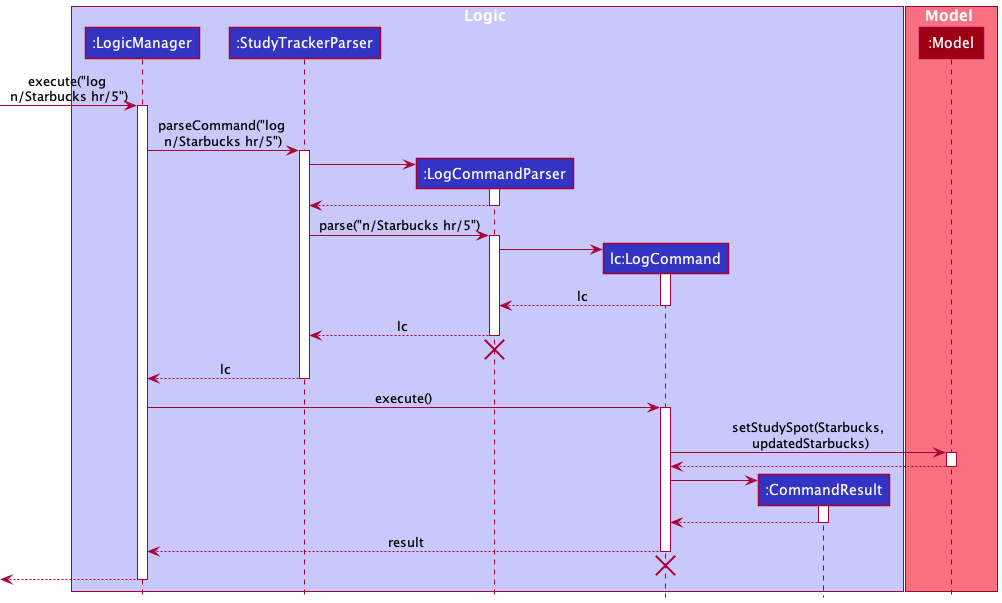
Earlier version of the PlantUML export docs/images/LogSequenceDiagram.png (ruoyann/tp).
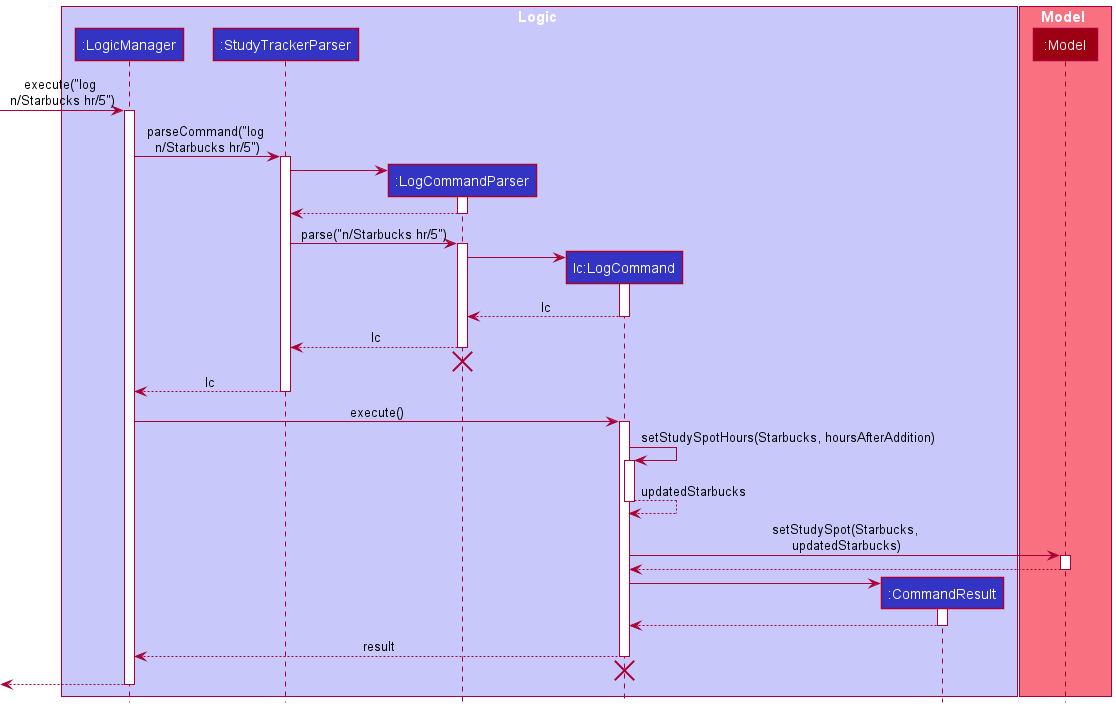
After the commit.

Commit message:
Update sequence diagram for `log -ra`, and correct sequence diagrams

What changed in the source:
```diff
@@ -47,6 +47,12 @@
 LogicManager -> LogCommand : execute()
 activate LogCommand
 
+LogCommand -> LogCommand : setStudySpotHours(Starbucks, hoursAfterAddition)
+activate LogCommand
+
+LogCommand --> LogCommand : updatedStarbucks
+deactivate LogCommand
+
 LogCommand -> Model : setStudySpot(Starbucks,\n updatedStarbucks)
 activate Model
 
```
